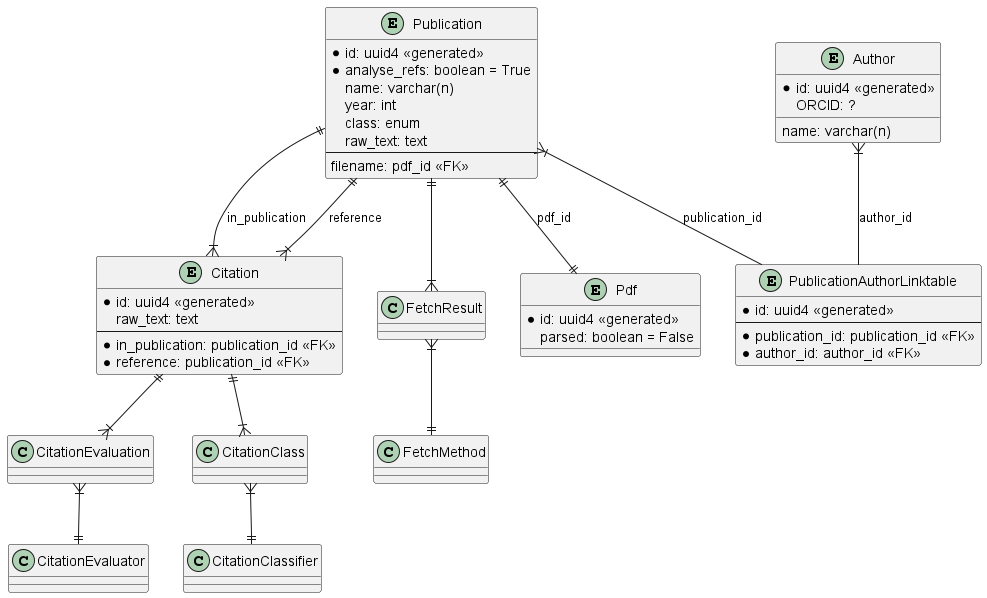
The PlantUML diagram docs/Database Schema.png in ouspg/refhandler, before a commit.
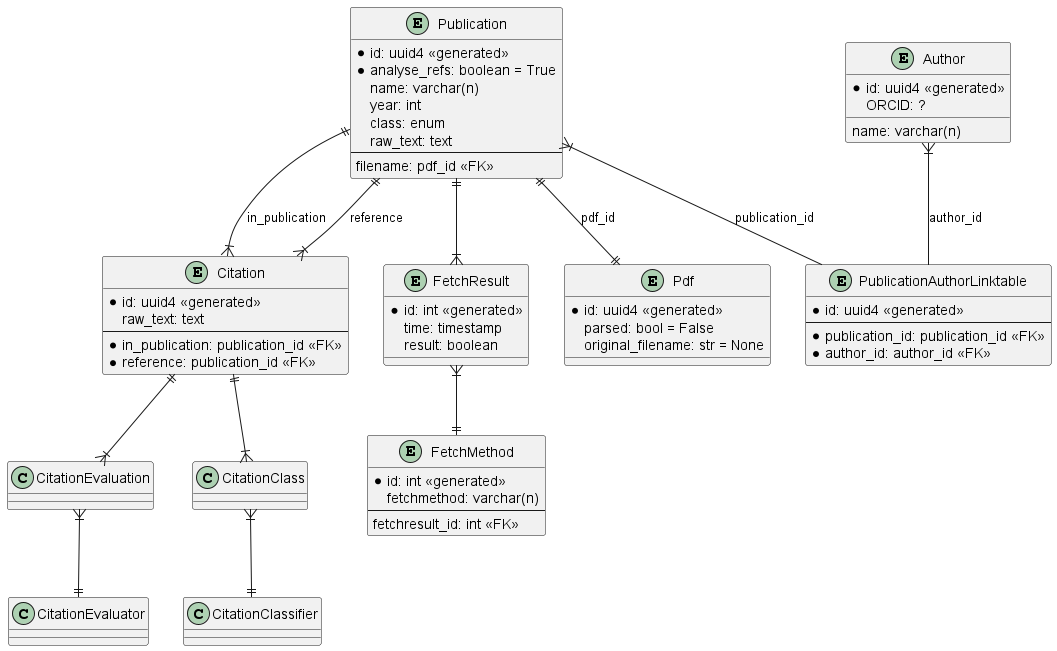
After the commit.

Diff of the diagram source:
```diff
@@ -13,7 +13,9 @@
 
 entity Pdf {
     *id: uuid4 <<generated>>
-    parsed: boolean = False
+    parsed: bool = False
+    original_filename: str = None
+
 }
 
 entity PublicationAuthorLinktable{
@@ -37,6 +39,19 @@
     *reference: publication_id <<FK>>
 }
 
+entity FetchResult{
+    *id: int <<generated>>
+    time: timestamp
+    result: boolean
+}
+
+entity FetchMethod{
+    *id: int <<generated>>
+    fetchmethod: varchar(n)
+    --
+    fetchresult_id: int <<FK>>
+}
+
 Publication ||--|| Pdf: pdf_id
 Publication }|-- PublicationAuthorLinktable: publication_id
 Author }|-- PublicationAuthorLinktable: author_id
```
